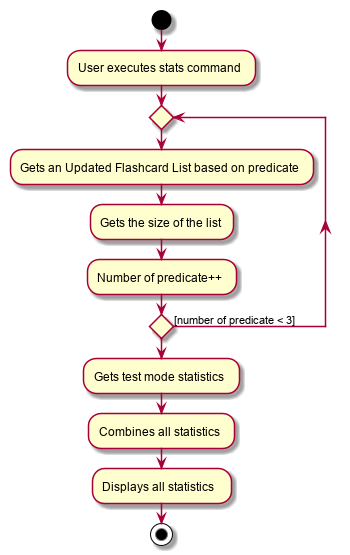
Earlier version of the PlantUML export docs/images/StatisticsActivityDiagram.png (nus-cs2103-AY1920S1/addressbook-level3). The source it was exported from:
```plantuml
@startuml
start
:User executes stats command;
repeat
:Gets an Updated Flashcard List based on predicate;
:Gets the size of the list;
:Number of predicate++ ;
repeat while () is  ([number of predicate < 3])
:Gets test mode statistics;
:Combines all statistics;
:Displays all statistics ;

stop
@enduml
```
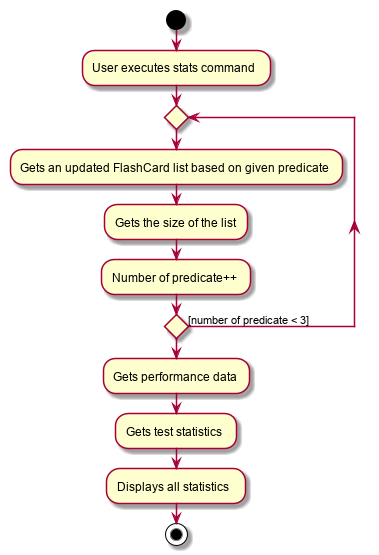
The same file after the commit.

What changed in the source:
```diff
@@ -2,13 +2,14 @@
 start
 :User executes stats command;
 repeat
-:Gets an Updated Flashcard List based on predicate;
+:Gets an updated FlashCard list based on given predicate;
 :Gets the size of the list;
 :Number of predicate++ ;
 repeat while () is  ([number of predicate < 3])
-:Gets test mode statistics;
-:Combines all statistics;
+:Gets performance data;
+:Gets test statistics;
 :Displays all statistics ;
 
 stop
+
 @enduml
```
